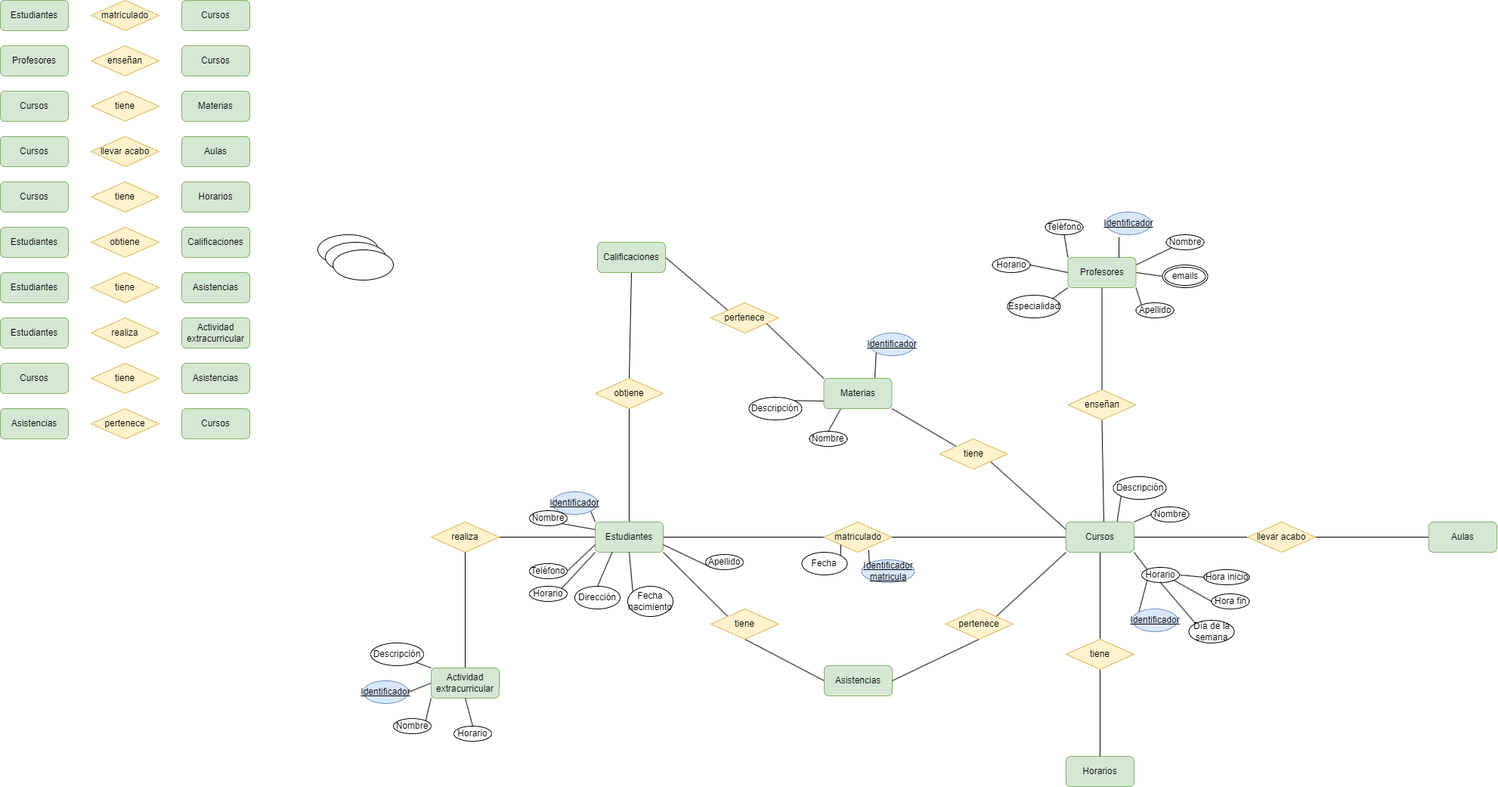
Above: Unidad-1/Tareas/Tareas-evaluables/Tarea-evaluable-1/Ejercicio-evaluable-1.drawio.png in LuisMGlez/base-datos (draw.io), before the change. Source tidied: cells renumbered, new cells last; positions are measured from the earlier drawing's top-left corner, leaving out a move shared by most shapes.
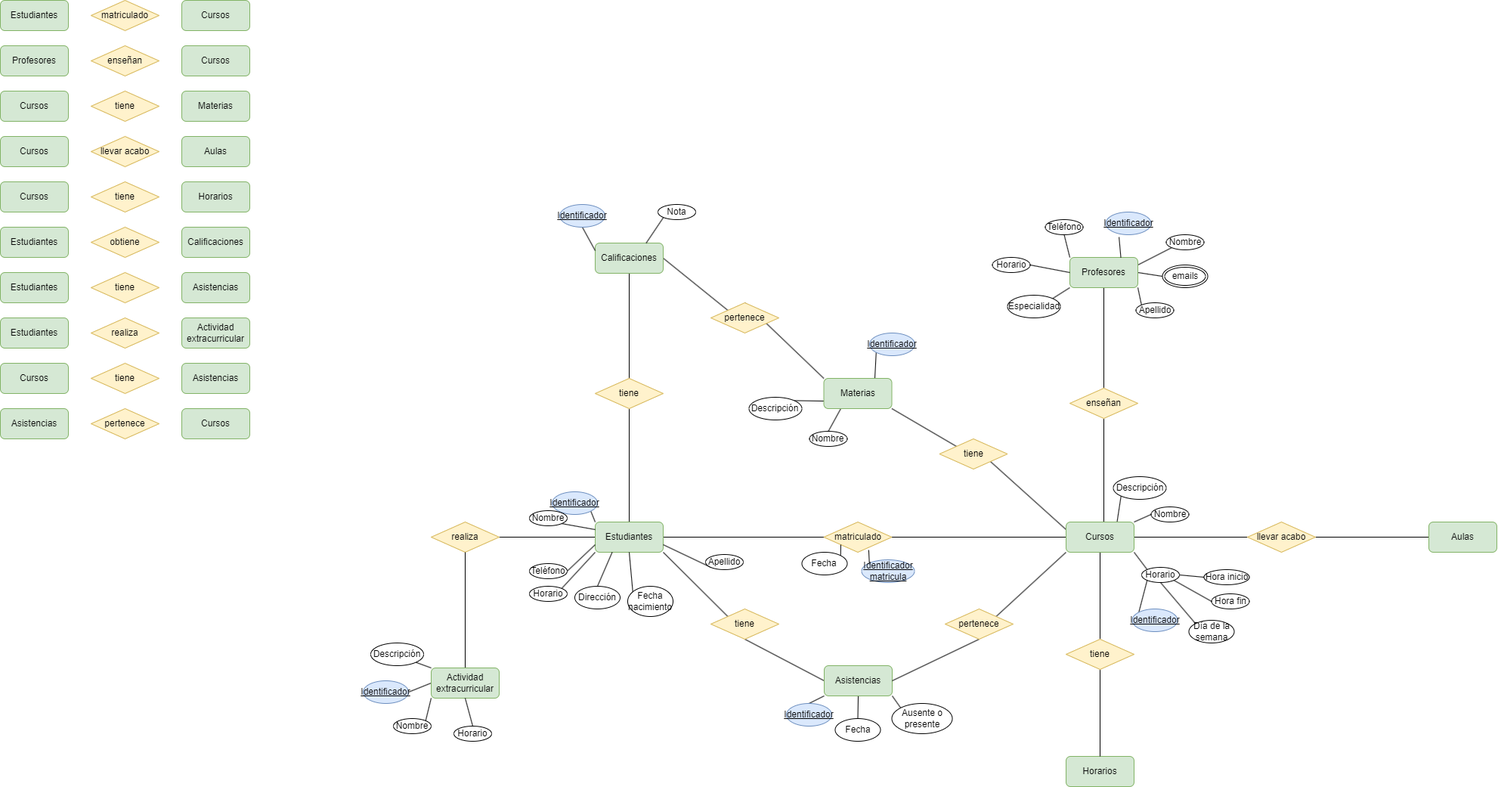
Above is the later version.

The edit, as a diff of the source:
```diff
@@ -149,10 +149,10 @@
       <mxGeometry relative="1" as="geometry" />
     </mxCell>
     <mxCell id="50" value="Profesores" style="rounded=1;whiteSpace=wrap;html=1;fillColor=#d5e8d4;strokeColor=#82b366;" parent="1" vertex="1">
-      <mxGeometry x="1412.5" y="340" width="90" height="40" as="geometry" />
+      <mxGeometry x="1415" y="340" width="90" height="40" as="geometry" />
     </mxCell>
     <mxCell id="51" value="enseñan" style="rhombus;whiteSpace=wrap;html=1;fillColor=#fff2cc;strokeColor=#d6b656;" parent="1" vertex="1">
-      <mxGeometry x="1412.5" y="515" width="90" height="40" as="geometry" />
+      <mxGeometry x="1415" y="513" width="90" height="40" as="geometry" />
     </mxCell>
     <mxCell id="52" style="edgeStyle=orthogonalEdgeStyle;rounded=0;jettySize=auto;html=1;exitX=1;exitY=0.5;exitDx=0;exitDy=0;entryX=0;entryY=0.5;entryDx=0;entryDy=0;endArrow=none;endFill=0;" parent="1" edge="1" source="53" target="54">
       <mxGeometry relative="1" as="geometry" />
@@ -166,14 +166,14 @@
     <mxCell id="55" style="rounded=0;jettySize=auto;html=1;exitX=0.5;exitY=0;exitDx=0;exitDy=0;endArrow=none;endFill=0;entryX=0.5;entryY=1;entryDx=0;entryDy=0;" parent="1" edge="1" source="56" target="58">
       <mxGeometry relative="1" as="geometry" />
     </mxCell>
-    <mxCell id="56" value="obtiene" style="rhombus;whiteSpace=wrap;html=1;fillColor=#fff2cc;strokeColor=#d6b656;" parent="1" vertex="1">
+    <mxCell id="56" value="tiene" style="rhombus;whiteSpace=wrap;html=1;fillColor=#fff2cc;strokeColor=#d6b656;" parent="1" vertex="1">
       <mxGeometry x="787" y="500" width="90" height="40" as="geometry" />
     </mxCell>
     <mxCell id="57" style="rounded=0;jettySize=auto;html=1;exitX=1;exitY=0.5;exitDx=0;exitDy=0;entryX=0;entryY=0;entryDx=0;entryDy=0;endArrow=none;endFill=0;" parent="1" edge="1" source="58" target="66">
       <mxGeometry relative="1" as="geometry" />
     </mxCell>
     <mxCell id="58" value="Calificaciones" style="rounded=1;whiteSpace=wrap;html=1;fillColor=#d5e8d4;strokeColor=#82b366;" parent="1" vertex="1">
-      <mxGeometry x="790" y="320" width="90" height="40" as="geometry" />
+      <mxGeometry x="787" y="321" width="90" height="40" as="geometry" />
     </mxCell>
     <mxCell id="59" style="rounded=0;jettySize=auto;html=1;exitX=0.5;exitY=1;exitDx=0;exitDy=0;entryX=0;entryY=0.5;entryDx=0;entryDy=0;endArrow=none;endFill=0;" parent="1" edge="1" source="60" target="61">
       <mxGeometry relative="1" as="geometry" />
@@ -181,6 +181,15 @@
     <mxCell id="60" value="tiene" style="rhombus;whiteSpace=wrap;html=1;fillColor=#fff2cc;strokeColor=#d6b656;" parent="1" vertex="1">
       <mxGeometry x="940" y="805" width="90" height="40" as="geometry" />
     </mxCell>
+    <mxCell id="134" style="rounded=0;jettySize=auto;html=1;exitX=0;exitY=1;exitDx=0;exitDy=0;entryX=0.5;entryY=0;entryDx=0;entryDy=0;endArrow=none;endFill=0;" parent="1" edge="1" source="61" target="140">
+      <mxGeometry relative="1" as="geometry" />
+    </mxCell>
+    <mxCell id="135" style="rounded=0;jettySize=auto;html=1;exitX=0.5;exitY=1;exitDx=0;exitDy=0;entryX=0.5;entryY=0;entryDx=0;entryDy=0;endArrow=none;endFill=0;" parent="1" edge="1" source="61" target="141">
+      <mxGeometry relative="1" as="geometry" />
+    </mxCell>
+    <mxCell id="136" style="rounded=0;jettySize=auto;html=1;exitX=1;exitY=1;exitDx=0;exitDy=0;entryX=0;entryY=0;entryDx=0;entryDy=0;endArrow=none;endFill=0;" parent="1" edge="1" source="61" target="129">
+      <mxGeometry relative="1" as="geometry" />
+    </mxCell>
     <mxCell id="61" value="Asistencias" style="rounded=1;whiteSpace=wrap;html=1;fillColor=#d5e8d4;strokeColor=#82b366;" parent="1" vertex="1">
       <mxGeometry x="1090" y="880" width="90" height="40" as="geometry" />
     </mxCell>
@@ -226,9 +235,6 @@
     <mxCell id="75" value="pertenece" style="rhombus;whiteSpace=wrap;html=1;fillColor=#fff2cc;strokeColor=#d6b656;" parent="1" vertex="1">
       <mxGeometry x="120" y="540" width="90" height="40" as="geometry" />
     </mxCell>
-    <mxCell id="76" style="ellipse;whiteSpace=wrap;html=1;" parent="1" vertex="1">
-      <mxGeometry x="420" y="310" width="80" height="40" as="geometry" />
-    </mxCell>
     <mxCell id="77" value="Descripción" style="ellipse;whiteSpace=wrap;html=1;" parent="1" vertex="1">
       <mxGeometry x="490" y="850" width="70" height="30" as="geometry" />
     </mxCell>
@@ -385,11 +391,14 @@
     <mxCell id="128" value="&lt;u&gt;Identificador&lt;/u&gt;" style="ellipse;whiteSpace=wrap;html=1;fillColor=#dae8fc;strokeColor=#6c8ebf;" parent="1" vertex="1">
       <mxGeometry x="1497.5" y="805" width="60" height="30" as="geometry" />
     </mxCell>
-    <mxCell id="129" style="ellipse;whiteSpace=wrap;html=1;" parent="1" vertex="1">
-      <mxGeometry x="430" y="320" width="80" height="40" as="geometry" />
+    <mxCell id="129" value="Ausente o presente" style="ellipse;whiteSpace=wrap;html=1;" parent="1" vertex="1">
+      <mxGeometry x="1179.5" y="930" width="80" height="40" as="geometry" />
     </mxCell>
+    <mxCell id="137" style="rounded=0;jettySize=auto;html=1;exitX=0;exitY=1;exitDx=0;exitDy=0;entryX=0.75;entryY=0;entryDx=0;entryDy=0;endArrow=none;endFill=0;" parent="1" edge="1" source="130" target="58">
+      <mxGeometry relative="1" as="geometry" />
+    </mxCell>
-    <mxCell id="130" style="ellipse;whiteSpace=wrap;html=1;" parent="1" vertex="1">
-      <mxGeometry x="440" y="330" width="80" height="40" as="geometry" />
+    <mxCell id="130" value="Nota" style="ellipse;whiteSpace=wrap;html=1;" parent="1" vertex="1">
+      <mxGeometry x="870" y="270" width="50" height="20" as="geometry" />
     </mxCell>
     <mxCell id="131" value="Hora fin" style="ellipse;whiteSpace=wrap;html=1;" parent="1" vertex="1">
       <mxGeometry x="1602.5" y="785" width="50" height="20" as="geometry" />
@@ -400,5 +409,17 @@
     <mxCell id="133" value="Descripción" style="ellipse;whiteSpace=wrap;html=1;" parent="1" vertex="1">
       <mxGeometry x="1472.5" y="630" width="70" height="30" as="geometry" />
     </mxCell>
+    <mxCell id="138" style="rounded=0;jettySize=auto;html=1;exitX=0.5;exitY=1;exitDx=0;exitDy=0;entryX=0;entryY=0.25;entryDx=0;entryDy=0;endArrow=none;endFill=0;" parent="1" edge="1" source="139" target="58">
+      <mxGeometry relative="1" as="geometry" />
+    </mxCell>
+    <mxCell id="139" value="&lt;u&gt;Identificador&lt;/u&gt;" style="ellipse;whiteSpace=wrap;html=1;fillColor=#dae8fc;strokeColor=#6c8ebf;" parent="1" vertex="1">
+      <mxGeometry x="740" y="270" width="60" height="30" as="geometry" />
+    </mxCell>
+    <mxCell id="140" value="&lt;u&gt;Identificador&lt;/u&gt;" style="ellipse;whiteSpace=wrap;html=1;fillColor=#dae8fc;strokeColor=#6c8ebf;" parent="1" vertex="1">
+      <mxGeometry x="1040" y="930" width="60" height="30" as="geometry" />
+    </mxCell>
+    <mxCell id="141" value="Fecha" style="ellipse;whiteSpace=wrap;html=1;" parent="1" vertex="1">
+      <mxGeometry x="1104.5" y="950" width="60" height="30" as="geometry" />
+    </mxCell>
   </root>
 </mxGraphModel>
```
